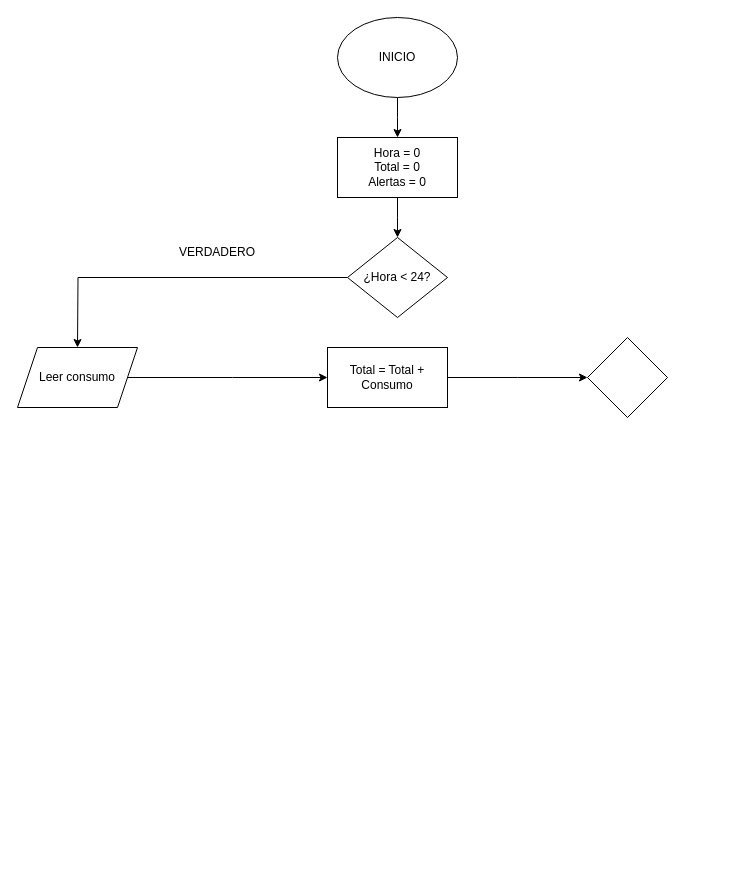
Sebastian5050942/Toma_notas_Programaci-n keeps this draw.io diagram as Untitled Diagram.drawio. Above is the earlier version. Source tidied: cells renumbered, new cells numbered last; positions are measured from the earlier drawing's top-left corner, leaving out a move shared by most shapes. Both pictures are drawn from the tidied source at 100%, with x=0, y=0 at pixel (17, 17).
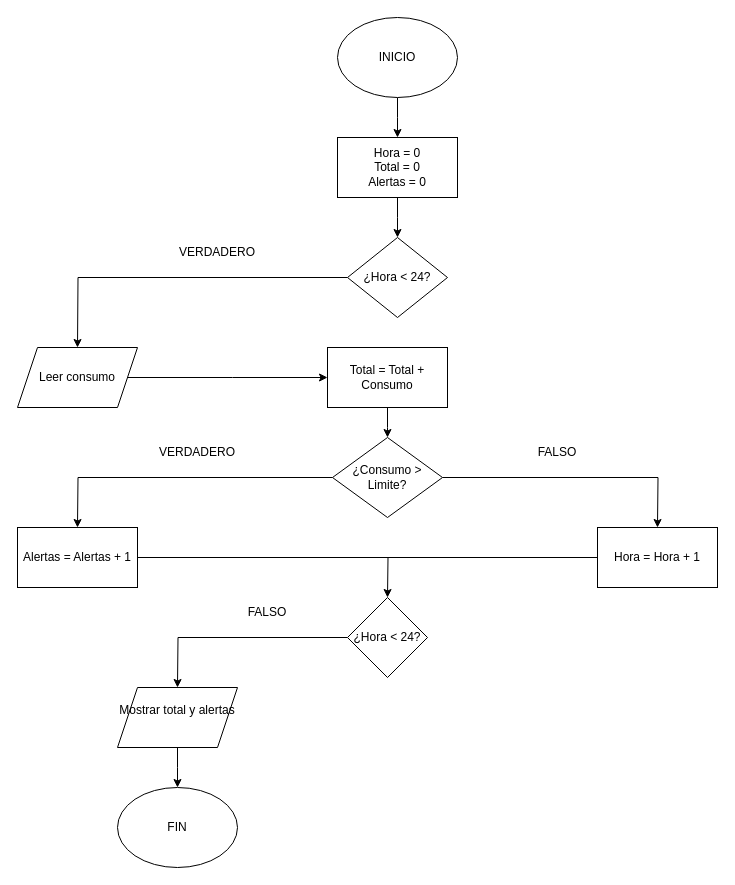
The same page after the edit.

Unchanged cells that the change refers to:
```xml
<mxCell id="12" value="Total = Total + Consumo" style="rounded=0;whiteSpace=wrap;html=1;" parent="1" vertex="1">
  <mxGeometry x="310" y="330" width="120" height="60" as="geometry" />
</mxCell>
```

Change to the diagram source:
```diff
@@
-    <mxCell id="11" style="edgeStyle=orthogonalEdgeStyle;rounded=0;jettySize=auto;html=1;" parent="1" edge="1" source="12">
-      <mxGeometry relative="1" as="geometry">
-        <mxPoint x="570" y="360" as="targetPoint" />
-      </mxGeometry>
-    </mxCell>
+    <mxCell id="14" style="edgeStyle=orthogonalEdgeStyle;rounded=0;jettySize=auto;html=1;" parent="1" edge="1" source="12">
+      <mxGeometry relative="1" as="geometry">
+        <mxPoint x="370" y="420" as="targetPoint" />
+      </mxGeometry>
+    </mxCell>
@@
+    <mxCell id="15" style="edgeStyle=orthogonalEdgeStyle;rounded=0;jettySize=auto;html=1;" parent="1" edge="1" source="13">
+      <mxGeometry relative="1" as="geometry">
+        <mxPoint x="60" y="510" as="targetPoint" />
+      </mxGeometry>
+    </mxCell>
+    <mxCell id="16" style="edgeStyle=orthogonalEdgeStyle;rounded=0;jettySize=auto;html=1;" parent="1" edge="1" source="13">
+      <mxGeometry relative="1" as="geometry">
+        <mxPoint x="640" y="510" as="targetPoint" />
+      </mxGeometry>
+    </mxCell>
-    <mxCell id="13" style="rhombus;whiteSpace=wrap;html=1;shapeInside=1;" parent="1" vertex="1">
-      <mxGeometry x="570" y="320" width="80" height="80" as="geometry" />
+    <mxCell id="13" value="¿Consumo &amp;gt; Limite?" style="rhombus;whiteSpace=wrap;html=1;shapeInside=1;" parent="1" vertex="1">
+      <mxGeometry x="315" y="420" width="110" height="80" as="geometry" />
     </mxCell>
+    <mxCell id="17" value="VERDADERO" style="text;html=1;whiteSpace=wrap;strokeColor=none;fillColor=none;align=center;verticalAlign=middle;rounded=0;" parent="1" vertex="1">
+      <mxGeometry x="150" y="420" width="60" height="30" as="geometry" />
+    </mxCell>
+    <mxCell id="18" style="edgeStyle=orthogonalEdgeStyle;rounded=0;jettySize=auto;html=1;" parent="1" edge="1" source="19">
+      <mxGeometry relative="1" as="geometry">
+        <mxPoint x="370" y="580" as="targetPoint" />
+      </mxGeometry>
+    </mxCell>
+    <mxCell id="19" value="Alertas = Alertas + 1" style="rounded=0;whiteSpace=wrap;html=1;" parent="1" vertex="1">
+      <mxGeometry y="510" width="120" height="60" as="geometry" />
+    </mxCell>
+    <mxCell id="20" value="FALSO" style="text;html=1;whiteSpace=wrap;strokeColor=none;fillColor=none;align=center;verticalAlign=middle;rounded=0;" parent="1" vertex="1">
+      <mxGeometry x="510" y="420" width="60" height="30" as="geometry" />
+    </mxCell>
+    <mxCell id="21" style="edgeStyle=orthogonalEdgeStyle;rounded=0;jettySize=auto;html=1;endArrow=none;endFill=0;" parent="1" edge="1" source="22">
+      <mxGeometry relative="1" as="geometry">
+        <mxPoint x="310" y="540" as="targetPoint" />
+      </mxGeometry>
+    </mxCell>
+    <mxCell id="22" value="Hora = Hora + 1" style="rounded=0;whiteSpace=wrap;html=1;" parent="1" vertex="1">
+      <mxGeometry x="580" y="510" width="120" height="60" as="geometry" />
+    </mxCell>
+    <mxCell id="23" style="edgeStyle=orthogonalEdgeStyle;rounded=0;jettySize=auto;html=1;" parent="1" edge="1" source="24">
+      <mxGeometry relative="1" as="geometry">
+        <mxPoint x="160" y="670" as="targetPoint" />
+      </mxGeometry>
+    </mxCell>
+    <mxCell id="24" value="¿Hora &amp;lt; 24?" style="rhombus;whiteSpace=wrap;html=1;shapeInside=1;" parent="1" vertex="1">
+      <mxGeometry x="330" y="580" width="80" height="80" as="geometry" />
+    </mxCell>
+    <mxCell id="25" value="FALSO" style="text;html=1;whiteSpace=wrap;strokeColor=none;fillColor=none;align=center;verticalAlign=middle;rounded=0;" parent="1" vertex="1">
+      <mxGeometry x="220" y="580" width="60" height="30" as="geometry" />
+    </mxCell>
+    <mxCell id="26" style="edgeStyle=orthogonalEdgeStyle;rounded=0;jettySize=auto;html=1;" parent="1" edge="1" source="27">
+      <mxGeometry relative="1" as="geometry">
+        <mxPoint x="160" y="770" as="targetPoint" />
+      </mxGeometry>
+    </mxCell>
+    <mxCell id="27" value="Mostrar total y alertas&lt;div&gt;&lt;br/&gt;&lt;/div&gt;" style="shape=parallelogram;perimeter=parallelogramPerimeter;whiteSpace=wrap;html=1;shapeInside=1;fixedSize=1;" parent="1" vertex="1">
+      <mxGeometry x="100" y="670" width="120" height="60" as="geometry" />
+    </mxCell>
+    <mxCell id="28" value="&lt;div&gt;FIN&lt;/div&gt;" style="ellipse;whiteSpace=wrap;html=1;shapeInside=1;" parent="1" vertex="1">
+      <mxGeometry x="100" y="770" width="120" height="80" as="geometry" />
+    </mxCell>
```
